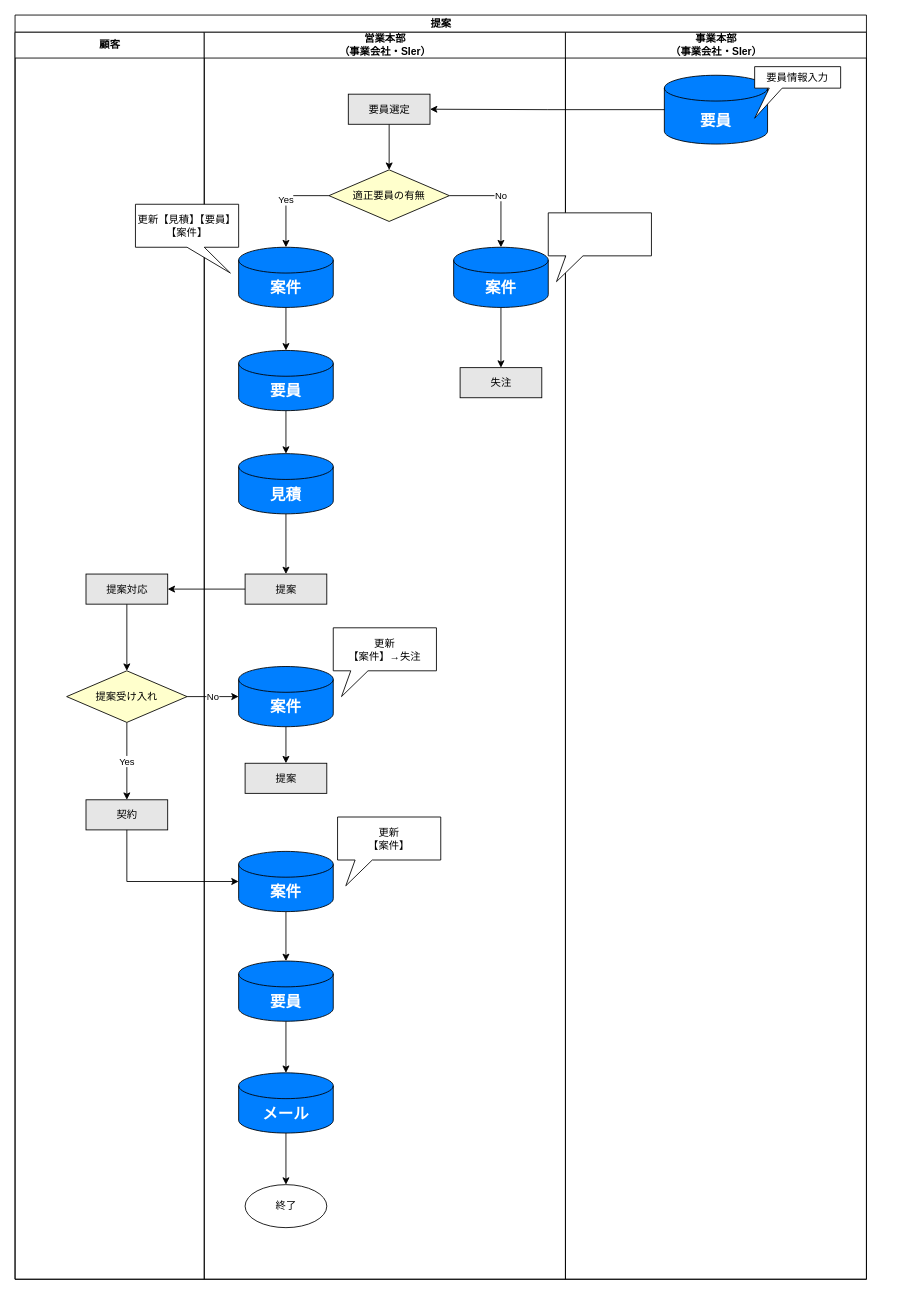
Before: page "提案" (4 of 6) of 20230622To-Be業務フロー図.drawio in TaikiHorita/TaikiRepository, a draw.io diagram. Source tidied: cells renumbered, new cells numbered last; positions are measured from the earlier drawing's top-left corner, leaving out a move shared by most shapes. Both pictures are drawn from the tidied source at 86%, with x=0, y=0 at pixel (15, 15).
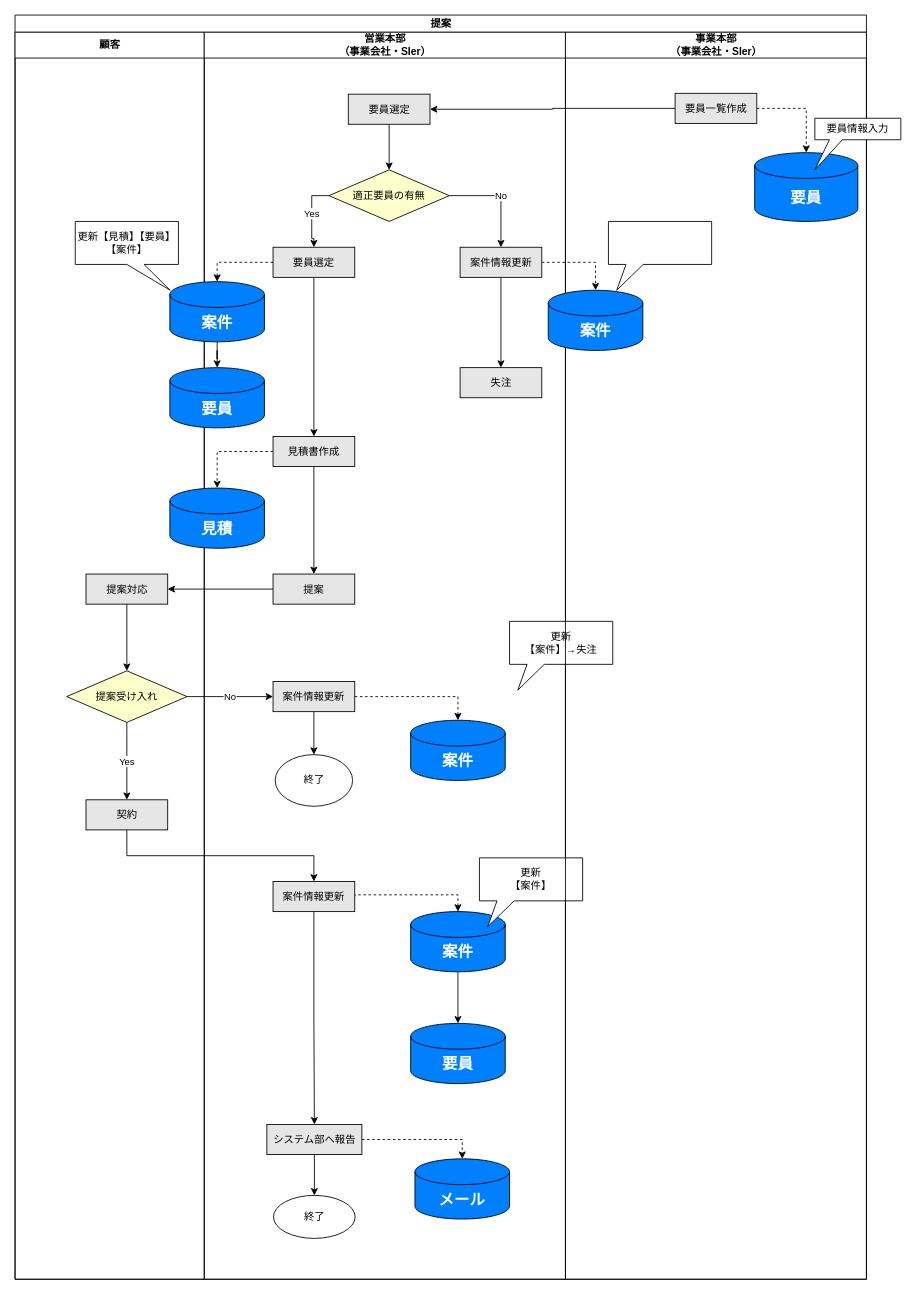
Above is the later version.

Unchanged cells that the change refers to:
```xml
<mxCell id="2" value="提案" style="swimlane;startSize=20;html=1;" parent="1" vertex="1">
  <mxGeometry width="990" height="1470" as="geometry" />
</mxCell>
<mxCell id="3" value="顧客" style="swimlane;startSize=30;html=1;fillColor=#FFFFFF;" parent="2" vertex="1">
  <mxGeometry y="20" width="220" height="1450" as="geometry" />
</mxCell>
<mxCell id="5" value="提案対応" style="rounded=0;whiteSpace=wrap;html=1;fillColor=#E6E6E6;" parent="3" vertex="1">
  <mxGeometry x="82.5" y="630" width="95" height="35" as="geometry" />
</mxCell>
<mxCell id="7" value="提案受け入れ" style="rhombus;whiteSpace=wrap;html=1;fillColor=#FFFFCC;" parent="3" vertex="1">
  <mxGeometry x="60" y="742.5" width="140" height="60" as="geometry" />
</mxCell>
<mxCell id="8" value="契約" style="rounded=0;whiteSpace=wrap;html=1;fillColor=#E6E6E6;" parent="3" vertex="1">
  <mxGeometry x="82.5" y="892.5" width="95" height="35" as="geometry" />
</mxCell>
<mxCell id="9" value="営業本部&lt;br&gt;（事業会社・SIer）" style="swimlane;startSize=30;html=1;" parent="2" vertex="1">
  <mxGeometry x="220" y="20" width="420" height="1450" as="geometry" />
</mxCell>
<mxCell id="12" value="適正要員の有無" style="rhombus;whiteSpace=wrap;html=1;fillColor=#FFFFCC;" parent="9" vertex="1">
  <mxGeometry x="145" y="160" width="140" height="60" as="geometry" />
</mxCell>
<mxCell id="30" value="失注" style="rounded=0;whiteSpace=wrap;html=1;fillColor=#E6E6E6;" parent="9" vertex="1">
  <mxGeometry x="297.5" y="390" width="95" height="35" as="geometry" />
</mxCell>
<mxCell id="32" value="要員選定" style="rounded=0;whiteSpace=wrap;html=1;fillColor=#E6E6E6;" parent="9" vertex="1">
  <mxGeometry x="167.5" y="72" width="95" height="35" as="geometry" />
</mxCell>
<mxCell id="41" value="事業本部&lt;br&gt;（事業会社・SIer）" style="swimlane;startSize=30;html=1;" parent="2" vertex="1">
  <mxGeometry x="640" y="20" width="350" height="1450" as="geometry" />
</mxCell>
```

Change to the diagram source:
```diff
@@
+    <mxCell id="22" value="更新【見積】【要員】【案件】" style="shape=callout;whiteSpace=wrap;html=1;perimeter=calloutPerimeter;position2=0.92;fillColor=#FFFFFF;" parent="3" vertex="1">
+      <mxGeometry x="70" y="220" width="120" height="80" as="geometry" />
+    </mxCell>
+    <mxCell id="38" style="edgeStyle=orthogonalEdgeStyle;rounded=0;jettySize=auto;html=1;exitX=0;exitY=0.5;exitDx=0;exitDy=0;entryX=1;entryY=0.5;entryDx=0;entryDy=0;" parent="2" edge="1" source="17" target="5">
+      <mxGeometry relative="1" as="geometry" />
+    </mxCell>
+    <mxCell id="39" value="No" style="edgeStyle=orthogonalEdgeStyle;rounded=0;jettySize=auto;html=1;exitX=1;exitY=0.5;exitDx=0;exitDy=0;entryX=0;entryY=0.5;entryDx=0;entryDy=0;" parent="2" edge="1" source="7" target="54">
+      <mxGeometry relative="1" as="geometry" />
+    </mxCell>
+    <mxCell id="40" style="edgeStyle=orthogonalEdgeStyle;rounded=0;jettySize=auto;html=1;exitX=0.5;exitY=1;exitDx=0;exitDy=0;entryX=0.5;entryY=0;entryDx=0;entryDy=0;" parent="2" edge="1" source="8" target="60">
+      <mxGeometry relative="1" as="geometry" />
+    </mxCell>
+    <mxCell id="45" style="edgeStyle=orthogonalEdgeStyle;rounded=0;jettySize=auto;html=1;exitX=0;exitY=0.5;exitDx=0;exitDy=0;" parent="2" edge="1" source="65" target="32">
+      <mxGeometry relative="1" as="geometry" />
+    </mxCell>
@@
-    <mxCell id="10" value="No" style="edgeStyle=orthogonalEdgeStyle;rounded=0;jettySize=auto;html=1;exitX=1;exitY=0.5;exitDx=0;exitDy=0;" parent="9" edge="1" source="12" target="14">
-      <mxGeometry relative="1" as="geometry" />
-    </mxCell>
-    <mxCell id="11" value="Yes" style="edgeStyle=orthogonalEdgeStyle;rounded=0;jettySize=auto;html=1;exitX=0;exitY=0.5;exitDx=0;exitDy=0;" parent="9" edge="1" source="12" target="16">
+    <mxCell id="11" value="Yes" style="edgeStyle=orthogonalEdgeStyle;rounded=0;jettySize=auto;html=1;exitX=0;exitY=0.5;exitDx=0;exitDy=0;entryX=0.5;entryY=0;entryDx=0;entryDy=0;" parent="9" edge="1" source="12" target="48">
       <mxGeometry relative="1" as="geometry" />
     </mxCell>
@@
-    <mxCell id="13" style="edgeStyle=orthogonalEdgeStyle;rounded=0;jettySize=auto;html=1;exitX=0.5;exitY=1;exitDx=0;exitDy=0;exitPerimeter=0;entryX=0.5;entryY=0;entryDx=0;entryDy=0;" parent="9" edge="1" source="14" target="30">
-      <mxGeometry relative="1" as="geometry" />
-    </mxCell>
-    <mxCell id="14" value="&lt;font style=&quot;font-size: 18px;&quot; color=&quot;#ffffff&quot;&gt;&lt;b&gt;案件&lt;/b&gt;&lt;/font&gt;" style="shape=cylinder3;whiteSpace=wrap;html=1;boundedLbl=1;backgroundOutline=1;size=15;fillColor=#007FFF;" parent="9" vertex="1">
-      <mxGeometry x="290" y="250" width="110" height="70" as="geometry" />
-    </mxCell>
@@
     <mxCell id="16" value="&lt;font style=&quot;font-size: 18px;&quot; color=&quot;#ffffff&quot;&gt;&lt;b&gt;案件&lt;/b&gt;&lt;/font&gt;" style="shape=cylinder3;whiteSpace=wrap;html=1;boundedLbl=1;backgroundOutline=1;size=15;fillColor=#007FFF;" parent="9" vertex="1">
-      <mxGeometry x="40" y="250" width="110" height="70" as="geometry" />
+      <mxGeometry x="-40" y="290" width="110" height="70" as="geometry" />
     </mxCell>
     <mxCell id="17" value="提案" style="rounded=0;whiteSpace=wrap;html=1;fillColor=#E6E6E6;" parent="9" vertex="1">
-      <mxGeometry x="47.5" y="630" width="95" height="35" as="geometry" />
+      <mxGeometry x="80" y="630" width="95" height="35" as="geometry" />
     </mxCell>
-    <mxCell id="18" style="edgeStyle=orthogonalEdgeStyle;rounded=0;jettySize=auto;html=1;exitX=0.5;exitY=1;exitDx=0;exitDy=0;exitPerimeter=0;entryX=0.5;entryY=0;entryDx=0;entryDy=0;" parent="9" edge="1" source="19" target="29">
-      <mxGeometry relative="1" as="geometry" />
-    </mxCell>
     <mxCell id="19" value="&lt;font style=&quot;font-size: 18px;&quot; color=&quot;#ffffff&quot;&gt;&lt;b&gt;案件&lt;/b&gt;&lt;/font&gt;" style="shape=cylinder3;whiteSpace=wrap;html=1;boundedLbl=1;backgroundOutline=1;size=15;fillColor=#007FFF;" parent="9" vertex="1">
-      <mxGeometry x="40" y="737.5" width="110" height="70" as="geometry" />
+      <mxGeometry x="240" y="800" width="110" height="70" as="geometry" />
     </mxCell>
@@
     <mxCell id="21" value="&lt;font style=&quot;font-size: 18px;&quot; color=&quot;#ffffff&quot;&gt;&lt;b&gt;案件&lt;/b&gt;&lt;/font&gt;" style="shape=cylinder3;whiteSpace=wrap;html=1;boundedLbl=1;backgroundOutline=1;size=15;fillColor=#007FFF;" parent="9" vertex="1">
-      <mxGeometry x="40" y="952.5" width="110" height="70" as="geometry" />
+      <mxGeometry x="240" y="1022.5" width="110" height="70" as="geometry" />
     </mxCell>
-    <mxCell id="22" value="更新【見積】【要員】【案件】" style="shape=callout;whiteSpace=wrap;html=1;perimeter=calloutPerimeter;position2=0.92;fillColor=#FFFFFF;" parent="9" vertex="1">
-      <mxGeometry x="-80" y="200" width="120" height="80" as="geometry" />
-    </mxCell>
     <mxCell id="23" value="更新&lt;br&gt;【案件】→失注" style="shape=callout;whiteSpace=wrap;html=1;perimeter=calloutPerimeter;position2=0.08;size=30;position=0.17;base=20;" parent="9" vertex="1">
-      <mxGeometry x="150" y="692.5" width="120" height="80" as="geometry" />
+      <mxGeometry x="355" y="685" width="120" height="80" as="geometry" />
     </mxCell>
     <mxCell id="24" value="更新&lt;br&gt;【案件】" style="shape=callout;whiteSpace=wrap;html=1;perimeter=calloutPerimeter;position2=0.08;size=30;position=0.17;base=20;" parent="9" vertex="1">
-      <mxGeometry x="155" y="912.5" width="120" height="80" as="geometry" />
+      <mxGeometry x="320" y="960" width="120" height="80" as="geometry" />
     </mxCell>
-    <mxCell id="25" style="edgeStyle=orthogonalEdgeStyle;rounded=0;jettySize=auto;html=1;exitX=0.5;exitY=1;exitDx=0;exitDy=0;exitPerimeter=0;entryX=0.5;entryY=0;entryDx=0;entryDy=0;entryPerimeter=0;" parent="9" edge="1" source="26" target="28">
-      <mxGeometry relative="1" as="geometry" />
-    </mxCell>
     <mxCell id="26" value="&lt;font style=&quot;font-size: 18px;&quot; color=&quot;#ffffff&quot;&gt;&lt;b&gt;要員&lt;/b&gt;&lt;/font&gt;" style="shape=cylinder3;whiteSpace=wrap;html=1;boundedLbl=1;backgroundOutline=1;size=15;fillColor=#007FFF;" parent="9" vertex="1">
-      <mxGeometry x="40" y="370" width="110" height="70" as="geometry" />
+      <mxGeometry x="-40" y="390" width="110" height="70" as="geometry" />
     </mxCell>
-    <mxCell id="27" style="edgeStyle=orthogonalEdgeStyle;rounded=0;jettySize=auto;html=1;exitX=0.5;exitY=1;exitDx=0;exitDy=0;exitPerimeter=0;" parent="9" edge="1" source="28" target="17">
-      <mxGeometry relative="1" as="geometry" />
-    </mxCell>
     <mxCell id="28" value="&lt;font style=&quot;font-size: 18px;&quot; color=&quot;#ffffff&quot;&gt;&lt;b&gt;見積&lt;/b&gt;&lt;/font&gt;" style="shape=cylinder3;whiteSpace=wrap;html=1;boundedLbl=1;backgroundOutline=1;size=15;fillColor=#007FFF;" parent="9" vertex="1">
-      <mxGeometry x="40" y="490" width="110" height="70" as="geometry" />
+      <mxGeometry x="-40" y="530" width="110" height="70" as="geometry" />
     </mxCell>
-    <mxCell id="29" value="提案" style="rounded=0;whiteSpace=wrap;html=1;fillColor=#E6E6E6;" parent="9" vertex="1">
-      <mxGeometry x="47.5" y="850" width="95" height="35" as="geometry" />
-    </mxCell>
@@
-    <mxCell id="33" style="edgeStyle=orthogonalEdgeStyle;rounded=0;jettySize=auto;html=1;exitX=0.5;exitY=1;exitDx=0;exitDy=0;exitPerimeter=0;entryX=0.5;entryY=0;entryDx=0;entryDy=0;entryPerimeter=0;" parent="9" edge="1" source="34" target="36">
-      <mxGeometry relative="1" as="geometry" />
-    </mxCell>
     <mxCell id="34" value="&lt;font style=&quot;font-size: 18px;&quot; color=&quot;#ffffff&quot;&gt;&lt;b&gt;要員&lt;/b&gt;&lt;/font&gt;" style="shape=cylinder3;whiteSpace=wrap;html=1;boundedLbl=1;backgroundOutline=1;size=15;fillColor=#007FFF;" parent="9" vertex="1">
-      <mxGeometry x="40" y="1080" width="110" height="70" as="geometry" />
+      <mxGeometry x="240" y="1152.5" width="110" height="70" as="geometry" />
     </mxCell>
-    <mxCell id="35" style="edgeStyle=orthogonalEdgeStyle;rounded=0;jettySize=auto;html=1;exitX=0.5;exitY=1;exitDx=0;exitDy=0;exitPerimeter=0;entryX=0.5;entryY=0;entryDx=0;entryDy=0;" parent="9" edge="1" source="36" target="37">
-      <mxGeometry relative="1" as="geometry" />
-    </mxCell>
     <mxCell id="36" value="&lt;font color=&quot;#ffffff&quot;&gt;&lt;span style=&quot;font-size: 18px;&quot;&gt;&lt;b&gt;メール&lt;/b&gt;&lt;/span&gt;&lt;/font&gt;" style="shape=cylinder3;whiteSpace=wrap;html=1;boundedLbl=1;backgroundOutline=1;size=15;fillColor=#007FFF;" parent="9" vertex="1">
-      <mxGeometry x="40" y="1210" width="110" height="70" as="geometry" />
+      <mxGeometry x="245" y="1310" width="110" height="70" as="geometry" />
     </mxCell>
     <mxCell id="37" value="終了" style="ellipse;whiteSpace=wrap;html=1;" parent="9" vertex="1">
-      <mxGeometry x="47.5" y="1340" width="95" height="50" as="geometry" />
+      <mxGeometry x="80.5" y="1352.5" width="95" height="50" as="geometry" />
     </mxCell>
-    <mxCell id="38" style="edgeStyle=orthogonalEdgeStyle;rounded=0;jettySize=auto;html=1;exitX=0;exitY=0.5;exitDx=0;exitDy=0;entryX=1;entryY=0.5;entryDx=0;entryDy=0;" parent="2" edge="1" source="17" target="5">
-      <mxGeometry relative="1" as="geometry" />
-    </mxCell>
-    <mxCell id="39" value="No" style="edgeStyle=orthogonalEdgeStyle;rounded=0;jettySize=auto;html=1;exitX=1;exitY=0.5;exitDx=0;exitDy=0;entryX=0;entryY=0.5;entryDx=0;entryDy=0;entryPerimeter=0;" parent="2" edge="1" source="7" target="19">
-      <mxGeometry relative="1" as="geometry" />
-    </mxCell>
-    <mxCell id="40" style="edgeStyle=orthogonalEdgeStyle;rounded=0;jettySize=auto;html=1;exitX=0.5;exitY=1;exitDx=0;exitDy=0;entryX=0;entryY=0.5;entryDx=0;entryDy=0;entryPerimeter=0;" parent="2" edge="1" source="8" target="21">
-      <mxGeometry relative="1" as="geometry" />
-    </mxCell>
+    <mxCell id="46" style="edgeStyle=orthogonalEdgeStyle;rounded=0;jettySize=auto;html=1;exitX=0;exitY=0.5;exitDx=0;exitDy=0;entryX=0.5;entryY=0;entryDx=0;entryDy=0;entryPerimeter=0;dashed=1;" parent="9" edge="1" source="48" target="16">
+      <mxGeometry relative="1" as="geometry" />
+    </mxCell>
+    <mxCell id="47" style="edgeStyle=orthogonalEdgeStyle;rounded=0;jettySize=auto;html=1;exitX=0.5;exitY=1;exitDx=0;exitDy=0;entryX=0.5;entryY=0;entryDx=0;entryDy=0;" parent="9" edge="1" source="48" target="51">
+      <mxGeometry relative="1" as="geometry" />
+    </mxCell>
+    <mxCell id="48" value="要員選定" style="rounded=0;whiteSpace=wrap;html=1;fillColor=#E6E6E6;" parent="9" vertex="1">
+      <mxGeometry x="80" y="250" width="95" height="35" as="geometry" />
+    </mxCell>
+    <mxCell id="49" style="edgeStyle=orthogonalEdgeStyle;rounded=0;jettySize=auto;html=1;exitX=0;exitY=0.5;exitDx=0;exitDy=0;entryX=0.5;entryY=0;entryDx=0;entryDy=0;entryPerimeter=0;dashed=1;" parent="9" edge="1" source="51" target="28">
+      <mxGeometry relative="1" as="geometry" />
+    </mxCell>
+    <mxCell id="50" style="edgeStyle=orthogonalEdgeStyle;rounded=0;jettySize=auto;html=1;exitX=0.5;exitY=1;exitDx=0;exitDy=0;entryX=0.5;entryY=0;entryDx=0;entryDy=0;" parent="9" edge="1" source="51" target="17">
+      <mxGeometry relative="1" as="geometry" />
+    </mxCell>
+    <mxCell id="51" value="見積書作成" style="rounded=0;whiteSpace=wrap;html=1;fillColor=#E6E6E6;" parent="9" vertex="1">
+      <mxGeometry x="80" y="470" width="95" height="35" as="geometry" />
+    </mxCell>
+    <mxCell id="52" style="edgeStyle=orthogonalEdgeStyle;rounded=0;jettySize=auto;html=1;exitX=1;exitY=0.5;exitDx=0;exitDy=0;entryX=0.5;entryY=0;entryDx=0;entryDy=0;entryPerimeter=0;dashed=1;" parent="9" edge="1" source="54" target="19">
+      <mxGeometry relative="1" as="geometry" />
+    </mxCell>
+    <mxCell id="53" style="edgeStyle=orthogonalEdgeStyle;rounded=0;jettySize=auto;html=1;exitX=0.5;exitY=1;exitDx=0;exitDy=0;entryX=0.5;entryY=0;entryDx=0;entryDy=0;" parent="9" edge="1" source="54" target="57">
+      <mxGeometry relative="1" as="geometry" />
+    </mxCell>
+    <mxCell id="54" value="案件情報更新" style="rounded=0;whiteSpace=wrap;html=1;fillColor=#E6E6E6;" parent="9" vertex="1">
+      <mxGeometry x="80" y="755" width="95" height="35" as="geometry" />
+    </mxCell>
+    <mxCell id="55" style="edgeStyle=orthogonalEdgeStyle;rounded=0;jettySize=auto;html=1;exitX=0.5;exitY=1;exitDx=0;exitDy=0;entryX=0.5;entryY=0;entryDx=0;entryDy=0;" parent="9" edge="1" source="56" target="30">
+      <mxGeometry relative="1" as="geometry" />
+    </mxCell>
+    <mxCell id="56" value="案件情報更新" style="rounded=0;whiteSpace=wrap;html=1;fillColor=#E6E6E6;" parent="9" vertex="1">
+      <mxGeometry x="297.5" y="250" width="95" height="35" as="geometry" />
+    </mxCell>
+    <mxCell id="10" value="No" style="edgeStyle=orthogonalEdgeStyle;rounded=0;jettySize=auto;html=1;exitX=1;exitY=0.5;exitDx=0;exitDy=0;entryX=0.5;entryY=0;entryDx=0;entryDy=0;" parent="9" edge="1" source="12" target="56">
+      <mxGeometry relative="1" as="geometry" />
+    </mxCell>
+    <mxCell id="57" value="終了" style="ellipse;whiteSpace=wrap;html=1;" parent="9" vertex="1">
+      <mxGeometry x="82.5" y="840" width="90" height="60" as="geometry" />
+    </mxCell>
+    <mxCell id="58" style="edgeStyle=orthogonalEdgeStyle;rounded=0;jettySize=auto;html=1;exitX=1;exitY=0.5;exitDx=0;exitDy=0;entryX=0.5;entryY=0;entryDx=0;entryDy=0;entryPerimeter=0;dashed=1;" parent="9" edge="1" source="60" target="21">
+      <mxGeometry relative="1" as="geometry">
+        <Array as="points">
+          <mxPoint x="175" y="1003" />
+          <mxPoint x="295" y="1003" />
+        </Array>
+      </mxGeometry>
+    </mxCell>
+    <mxCell id="59" style="edgeStyle=orthogonalEdgeStyle;rounded=0;jettySize=auto;html=1;exitX=0.5;exitY=1;exitDx=0;exitDy=0;entryX=0.5;entryY=0;entryDx=0;entryDy=0;" parent="9" edge="1" source="60" target="63">
+      <mxGeometry relative="1" as="geometry" />
+    </mxCell>
+    <mxCell id="60" value="案件情報更新" style="rounded=0;whiteSpace=wrap;html=1;fillColor=#E6E6E6;" parent="9" vertex="1">
+      <mxGeometry x="80" y="987.5" width="95" height="35" as="geometry" />
+    </mxCell>
+    <mxCell id="61" style="edgeStyle=orthogonalEdgeStyle;rounded=0;jettySize=auto;html=1;exitX=1;exitY=0.5;exitDx=0;exitDy=0;entryX=0.5;entryY=0;entryDx=0;entryDy=0;entryPerimeter=0;dashed=1;" parent="9" edge="1" source="63" target="36">
+      <mxGeometry relative="1" as="geometry" />
+    </mxCell>
+    <mxCell id="62" style="edgeStyle=orthogonalEdgeStyle;rounded=0;jettySize=auto;html=1;exitX=0.5;exitY=1;exitDx=0;exitDy=0;entryX=0.5;entryY=0;entryDx=0;entryDy=0;" parent="9" edge="1" source="63" target="37">
+      <mxGeometry relative="1" as="geometry" />
+    </mxCell>
+    <mxCell id="63" value="システム部へ報告" style="rounded=0;whiteSpace=wrap;html=1;fillColor=#E6E6E6;" parent="9" vertex="1">
+      <mxGeometry x="72.8" y="1270" width="110.5" height="35" as="geometry" />
+    </mxCell>
@@
     <mxCell id="42" value="&lt;font style=&quot;font-size: 18px;&quot; color=&quot;#ffffff&quot;&gt;&lt;b&gt;要員&lt;/b&gt;&lt;/font&gt;" style="shape=cylinder3;whiteSpace=wrap;html=1;boundedLbl=1;backgroundOutline=1;size=15;fillColor=#007FFF;" parent="41" vertex="1">
-      <mxGeometry x="115" y="50" width="120" height="80" as="geometry" />
+      <mxGeometry x="220" y="140" width="120" height="80" as="geometry" />
     </mxCell>
     <mxCell id="43" value="要員情報入力" style="shape=callout;whiteSpace=wrap;html=1;perimeter=calloutPerimeter;size=35;position=0.17;position2=0;base=15;rotation=0;" parent="41" vertex="1">
-      <mxGeometry x="220" y="40" width="100" height="60" as="geometry" />
+      <mxGeometry x="290" y="100" width="100" height="60" as="geometry" />
     </mxCell>
     <mxCell id="44" style="shape=callout;whiteSpace=wrap;html=1;perimeter=calloutPerimeter;position2=0.08;size=30;position=0.17;base=20;" parent="41" vertex="1">
-      <mxGeometry x="-20" y="210" width="120" height="80" as="geometry" />
+      <mxGeometry x="50" y="220" width="120" height="80" as="geometry" />
     </mxCell>
-    <mxCell id="45" style="edgeStyle=orthogonalEdgeStyle;rounded=0;jettySize=auto;html=1;exitX=0;exitY=0.5;exitDx=0;exitDy=0;exitPerimeter=0;" parent="2" edge="1" source="42" target="32">
-      <mxGeometry relative="1" as="geometry" />
-    </mxCell>
+    <mxCell id="64" style="edgeStyle=orthogonalEdgeStyle;rounded=0;jettySize=auto;html=1;exitX=1;exitY=0.5;exitDx=0;exitDy=0;entryX=0.5;entryY=0;entryDx=0;entryDy=0;entryPerimeter=0;dashed=1;" parent="41" edge="1" source="65" target="42">
+      <mxGeometry relative="1" as="geometry" />
+    </mxCell>
+    <mxCell id="65" value="要員一覧作成" style="rounded=0;whiteSpace=wrap;html=1;fillColor=#E6E6E6;" parent="41" vertex="1">
+      <mxGeometry x="127.5" y="71" width="95" height="35" as="geometry" />
+    </mxCell>
+    <mxCell id="14" value="&lt;font style=&quot;font-size: 18px;&quot; color=&quot;#ffffff&quot;&gt;&lt;b&gt;案件&lt;/b&gt;&lt;/font&gt;" style="shape=cylinder3;whiteSpace=wrap;html=1;boundedLbl=1;backgroundOutline=1;size=15;fillColor=#007FFF;" parent="41" vertex="1">
+      <mxGeometry x="-20" y="300" width="110" height="70" as="geometry" />
+    </mxCell>
+    <mxCell id="66" style="edgeStyle=orthogonalEdgeStyle;rounded=0;jettySize=auto;html=1;exitX=1;exitY=0.5;exitDx=0;exitDy=0;entryX=0.5;entryY=0;entryDx=0;entryDy=0;entryPerimeter=0;dashed=1;" parent="2" edge="1" source="56" target="14">
+      <mxGeometry relative="1" as="geometry" />
+    </mxCell>
```
